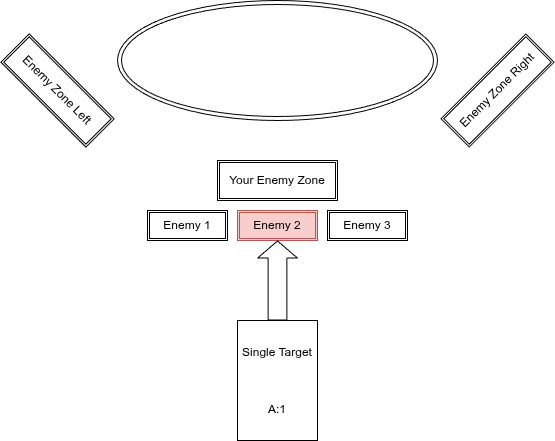
Before: Books/ExplanationPics/TargetingSingle.drawio.png, a diagram exported from draw.io (Mich2024/WheelOfElements). Source tidied: cells renumbered, new cells last; positions are measured from the earlier drawing's top-left corner, leaving out a move shared by most shapes. Source of this version:
```xml
<mxGraphModel>
  <root>
    <mxCell id="0" />
    <mxCell id="1" parent="0" />
    <mxCell id="2" style="ellipse;shape=doubleEllipse;whiteSpace=wrap;html=1;" parent="1" vertex="1">
      <mxGeometry x="120" width="320" height="120" as="geometry" />
    </mxCell>
    <mxCell id="3" value="Enemy Zone Left" style="shape=ext;double=1;rounded=0;whiteSpace=wrap;html=1;rotation=45;" parent="1" vertex="1">
      <mxGeometry y="70" width="120" height="40" as="geometry" />
    </mxCell>
    <mxCell id="4" value="Enemy Zone Right" style="shape=ext;double=1;rounded=0;whiteSpace=wrap;html=1;rotation=-45;" parent="1" vertex="1">
      <mxGeometry x="440" y="70" width="120" height="40" as="geometry" />
    </mxCell>
    <mxCell id="5" value="Your Enemy Zone" style="shape=ext;double=1;rounded=0;whiteSpace=wrap;html=1;" parent="1" vertex="1">
      <mxGeometry x="220" y="160" width="120" height="40" as="geometry" />
    </mxCell>
    <mxCell id="6" value="Enemy 2" style="shape=ext;double=1;rounded=0;whiteSpace=wrap;html=1;fillColor=#f8cecc;strokeColor=#b85450;" parent="1" vertex="1">
      <mxGeometry x="240" y="210" width="80" height="30" as="geometry" />
    </mxCell>
    <mxCell id="7" value="Enemy 1" style="shape=ext;double=1;rounded=0;whiteSpace=wrap;html=1;" parent="1" vertex="1">
      <mxGeometry x="150" y="210" width="80" height="30" as="geometry" />
    </mxCell>
    <mxCell id="8" value="Enemy 3" style="shape=ext;double=1;rounded=0;whiteSpace=wrap;html=1;" parent="1" vertex="1">
      <mxGeometry x="330" y="210" width="80" height="30" as="geometry" />
    </mxCell>
    <mxCell id="9" value="Single Target&lt;br&gt;&lt;br&gt;&lt;br&gt;&lt;br&gt;A:1" style="rounded=0;whiteSpace=wrap;html=1;" parent="1" vertex="1">
      <mxGeometry x="240" y="320" width="80" height="120" as="geometry" />
    </mxCell>
    <mxCell id="10" style="shape=flexArrow;endArrow=classic;html=1;width=18.857142857142858;endSize=5.354285714285714;entryX=0.5;entryY=1;entryDx=0;entryDy=0;exitX=0.5;exitY=0;exitDx=0;exitDy=0;" parent="1" edge="1" source="9" target="6">
      <mxGeometry relative="1" as="geometry" />
    </mxCell>
  </root>
</mxGraphModel>
```
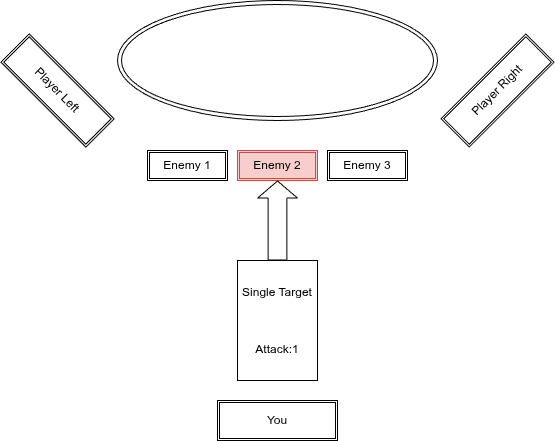
After the commit.

Commit message:
targeting pics

Diff of the diagram source:
```diff
@@ -5,26 +5,26 @@
     <mxCell id="2" style="ellipse;shape=doubleEllipse;whiteSpace=wrap;html=1;" parent="1" vertex="1">
       <mxGeometry x="120" width="320" height="120" as="geometry" />
     </mxCell>
-    <mxCell id="3" value="Enemy Zone Left" style="shape=ext;double=1;rounded=0;whiteSpace=wrap;html=1;rotation=45;" parent="1" vertex="1">
+    <mxCell id="3" value="Player Left" style="shape=ext;double=1;rounded=0;whiteSpace=wrap;html=1;rotation=45;" parent="1" vertex="1">
       <mxGeometry y="70" width="120" height="40" as="geometry" />
     </mxCell>
-    <mxCell id="4" value="Enemy Zone Right" style="shape=ext;double=1;rounded=0;whiteSpace=wrap;html=1;rotation=-45;" parent="1" vertex="1">
+    <mxCell id="4" value="Player Right" style="shape=ext;double=1;rounded=0;whiteSpace=wrap;html=1;rotation=-45;" parent="1" vertex="1">
       <mxGeometry x="440" y="70" width="120" height="40" as="geometry" />
     </mxCell>
-    <mxCell id="5" value="Your Enemy Zone" style="shape=ext;double=1;rounded=0;whiteSpace=wrap;html=1;" parent="1" vertex="1">
-      <mxGeometry x="220" y="160" width="120" height="40" as="geometry" />
+    <mxCell id="5" value="You" style="shape=ext;double=1;rounded=0;whiteSpace=wrap;html=1;" parent="1" vertex="1">
+      <mxGeometry x="220" y="400" width="120" height="40" as="geometry" />
     </mxCell>
     <mxCell id="6" value="Enemy 2" style="shape=ext;double=1;rounded=0;whiteSpace=wrap;html=1;fillColor=#f8cecc;strokeColor=#b85450;" parent="1" vertex="1">
-      <mxGeometry x="240" y="210" width="80" height="30" as="geometry" />
+      <mxGeometry x="240" y="150" width="80" height="30" as="geometry" />
     </mxCell>
     <mxCell id="7" value="Enemy 1" style="shape=ext;double=1;rounded=0;whiteSpace=wrap;html=1;" parent="1" vertex="1">
-      <mxGeometry x="150" y="210" width="80" height="30" as="geometry" />
+      <mxGeometry x="150" y="150" width="80" height="30" as="geometry" />
     </mxCell>
     <mxCell id="8" value="Enemy 3" style="shape=ext;double=1;rounded=0;whiteSpace=wrap;html=1;" parent="1" vertex="1">
-      <mxGeometry x="330" y="210" width="80" height="30" as="geometry" />
+      <mxGeometry x="330" y="150" width="80" height="30" as="geometry" />
     </mxCell>
-    <mxCell id="9" value="Single Target&lt;br&gt;&lt;br&gt;&lt;br&gt;&lt;br&gt;A:1" style="rounded=0;whiteSpace=wrap;html=1;" parent="1" vertex="1">
-      <mxGeometry x="240" y="320" width="80" height="120" as="geometry" />
+    <mxCell id="9" value="Single Target&lt;br&gt;&lt;br&gt;&lt;br&gt;&lt;br&gt;&lt;span style=&quot;color: rgb(0, 0, 0);&quot;&gt;Attack:1&lt;/span&gt;" style="rounded=0;whiteSpace=wrap;html=1;" parent="1" vertex="1">
+      <mxGeometry x="240" y="260" width="80" height="120" as="geometry" />
     </mxCell>
     <mxCell id="10" style="shape=flexArrow;endArrow=classic;html=1;width=18.857142857142858;endSize=5.354285714285714;entryX=0.5;entryY=1;entryDx=0;entryDy=0;exitX=0.5;exitY=0;exitDx=0;exitDy=0;" parent="1" edge="1" source="9" target="6">
       <mxGeometry relative="1" as="geometry" />
```
